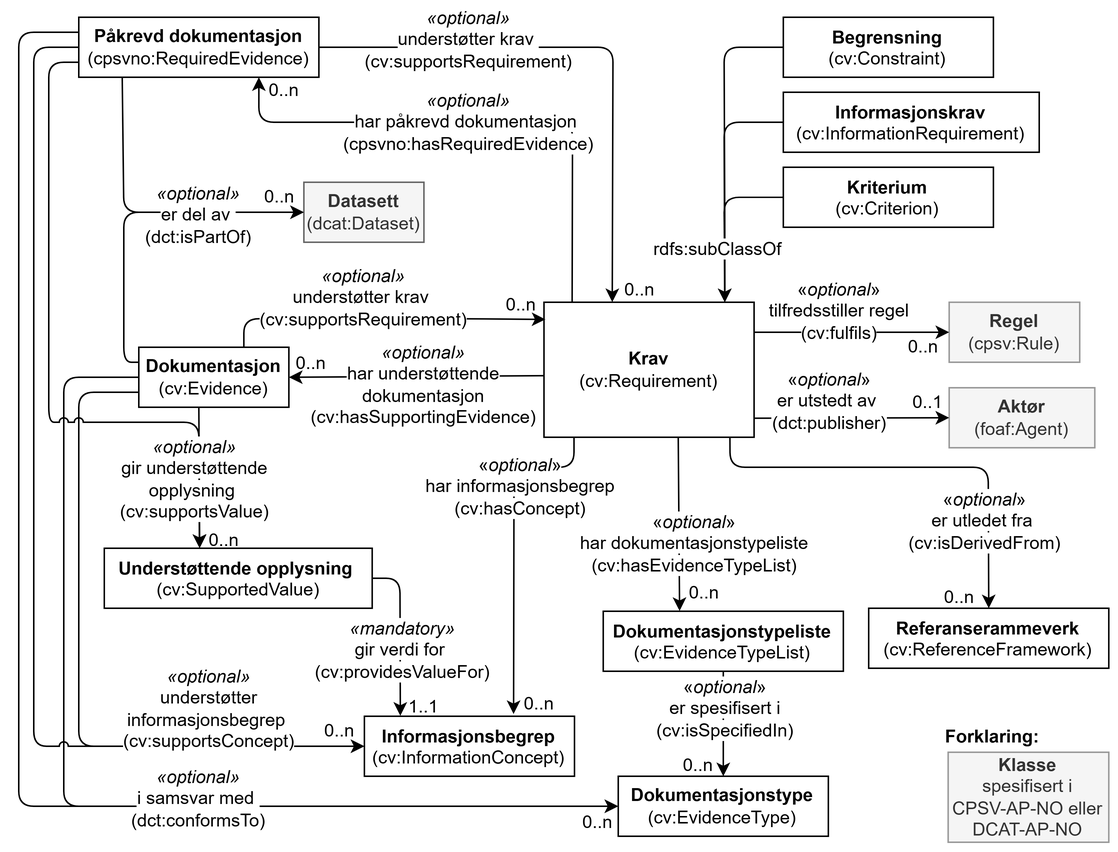
Before: docs/images/CCCEV-AP-NO-klasser.png, a diagram exported from draw.io (Informasjonsforvaltning/cccev-ap-no). Source tidied: cells renumbered, new cells last; positions are measured from the earlier drawing's top-left corner, leaving out a move shared by most shapes.
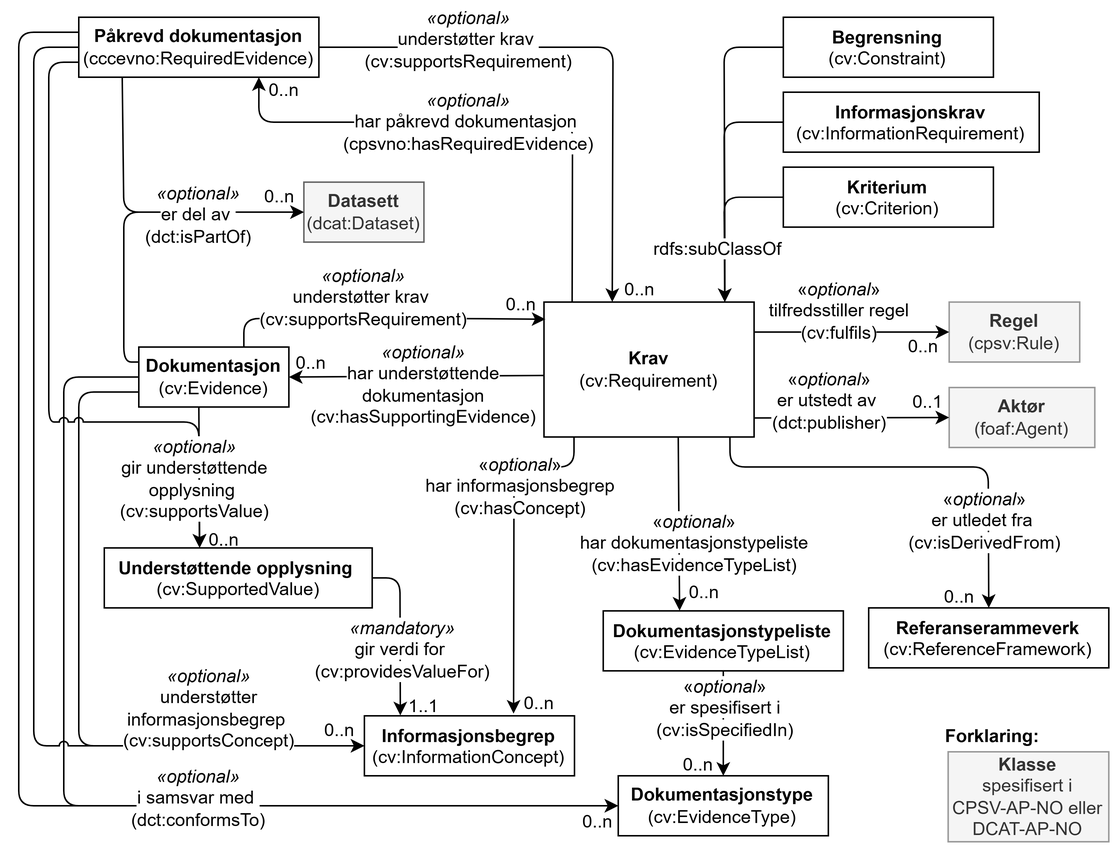
The same diagram one commit later.

Diff of the diagram source:
```diff
@@ -209,7 +209,7 @@
     <mxCell id="53" value="&lt;span style=&quot;background-color: rgb(255, 255, 255);&quot;&gt;&amp;nbsp;«&lt;i style=&quot;&quot;&gt;optional&lt;/i&gt;»&amp;nbsp;&lt;br&gt;&amp;nbsp;har dokumentasjonstypeliste&amp;nbsp;&lt;br&gt;(cv:hasEvidenceTypeList)&lt;/span&gt;" style="text;html=1;strokeColor=none;fillColor=none;align=center;verticalAlign=middle;whiteSpace=wrap;rounded=0;" parent="1" vertex="1">
       <mxGeometry x="362.2" y="325" width="177.3" height="52" as="geometry" />
     </mxCell>
-    <mxCell id="54" value="&lt;b&gt;Påkrevd dokumentasjon&lt;/b&gt;&lt;br&gt;(cpsvno:RequiredEvidence)" style="rounded=0;whiteSpace=wrap;html=1;fillColor=none;strokeColor=#000000;" parent="1" vertex="1">
+    <mxCell id="54" value="&lt;b&gt;Påkrevd dokumentasjon&lt;/b&gt;&lt;br&gt;(cccevno:RequiredEvidence)" style="rounded=0;whiteSpace=wrap;html=1;fillColor=none;strokeColor=#000000;" parent="1" vertex="1">
       <mxGeometry x="40" width="160" height="40" as="geometry" />
     </mxCell>
     <mxCell id="55" style="endArrow=classic;html=1;rounded=1;exitX=1;exitY=0.5;exitDx=0;exitDy=0;entryX=0.325;entryY=-0.001;entryDx=0;entryDy=0;entryPerimeter=0;curved=0;" parent="1" edge="1" source="54" target="2">
```
